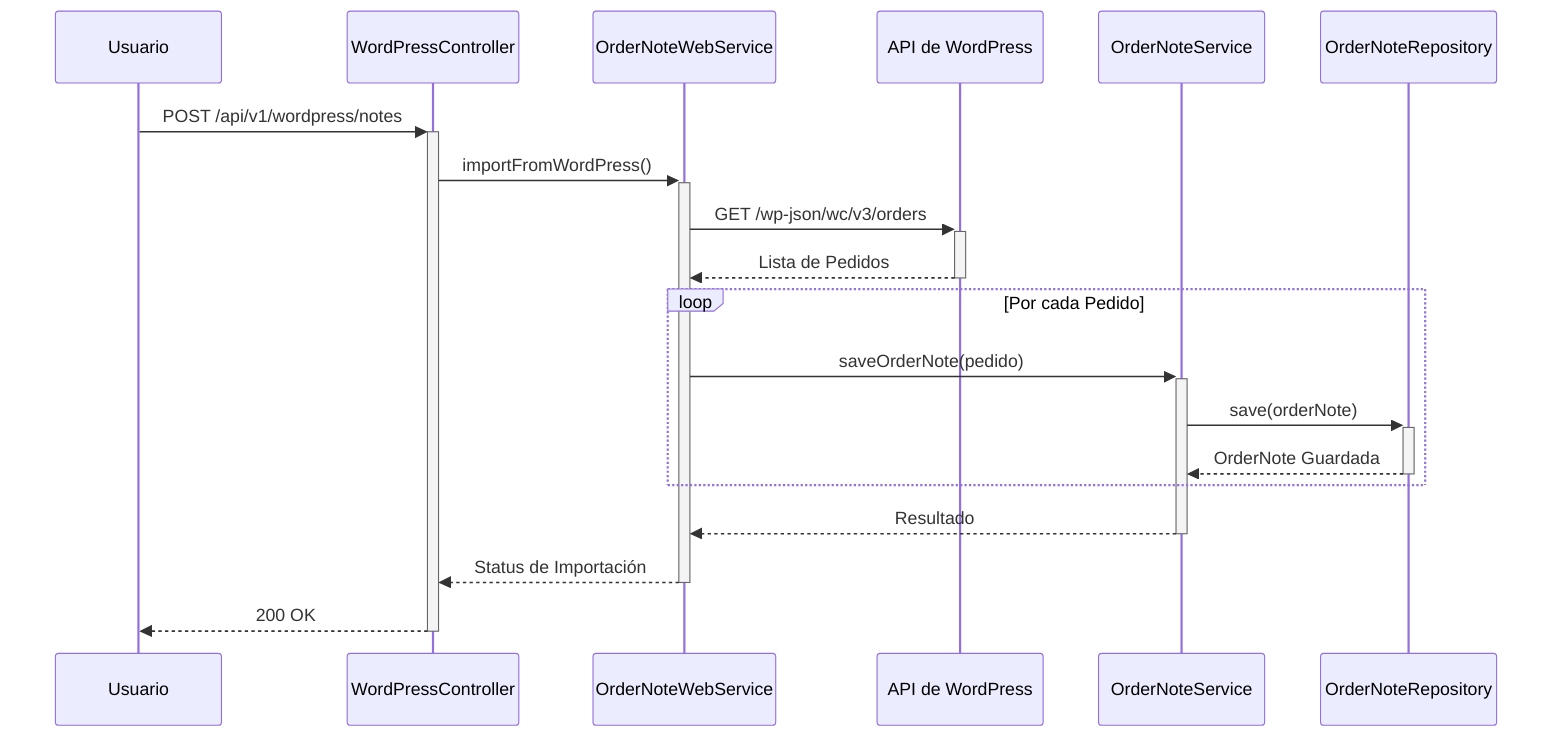
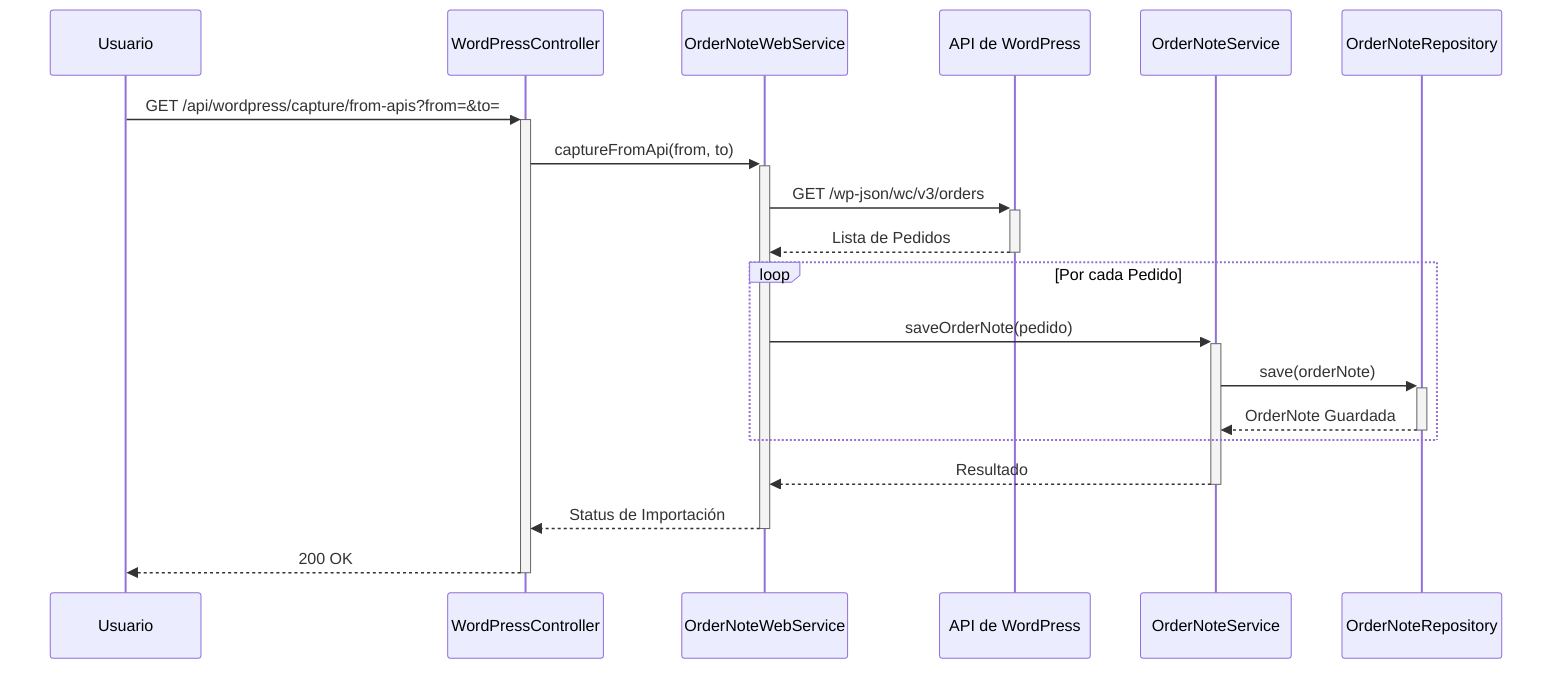
sequenceDiagram
    participant User as Usuario
    participant WP_Controller as WordPressController
    participant ON_WebService as OrderNoteWebService
    participant WP_API as API de WordPress
    participant ON_Service as OrderNoteService
    participant ON_Repo as OrderNoteRepository

-     User->>+WP_Controller: POST /api/v1/wordpress/notes
-     WP_Controller->>+ON_WebService: importFromWordPress()
+     User->>+WP_Controller: GET /api/wordpress/capture/from-apis?from=&to=
+     WP_Controller->>+ON_WebService: captureFromApi(from, to)
    ON_WebService->>+WP_API: GET /wp-json/wc/v3/orders
    WP_API-->>-ON_WebService: Lista de Pedidos
    loop Por cada Pedido
        ON_WebService->>+ON_Service: saveOrderNote(pedido)
        ON_Service->>+ON_Repo: save(orderNote)
        ON_Repo-->>-ON_Service: OrderNote Guardada
    end
    ON_Service-->>-ON_WebService: Resultado
    ON_WebService-->>-WP_Controller: Status de Importación
    WP_Controller-->>-User: 200 OK
